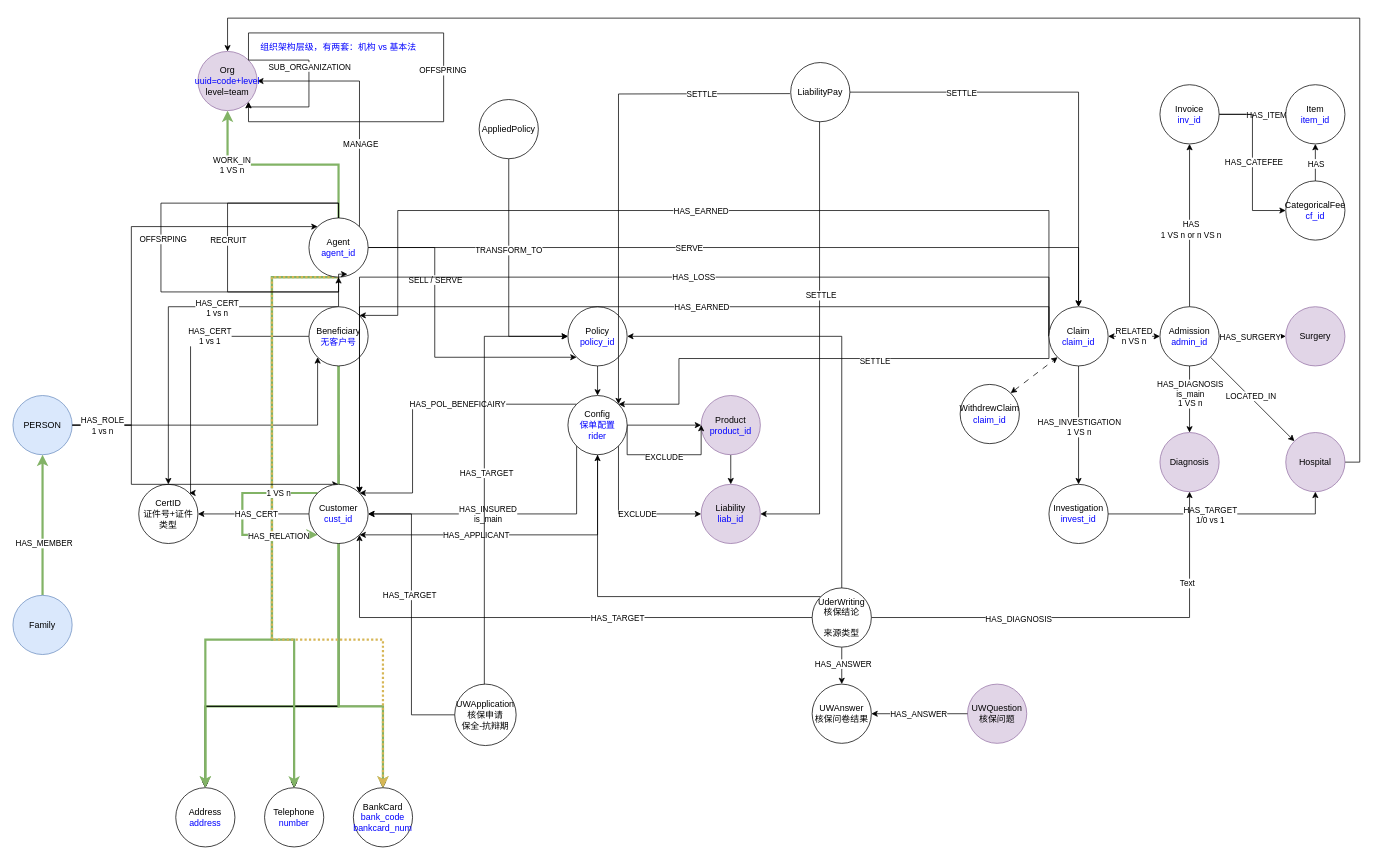
This is page "V1.3" (5 of 5) of 友邦/图拓扑设计.drawio from XiaoLiuAI/diagrams, a draw.io file, before an edit. Source tidied: cells renumbered, new cells numbered last; positions are measured from the earlier drawing's top-left corner, leaving out a move shared by most shapes. Both pictures are drawn from the tidied source at 74%, with x=0, y=0 at pixel (13, 18).
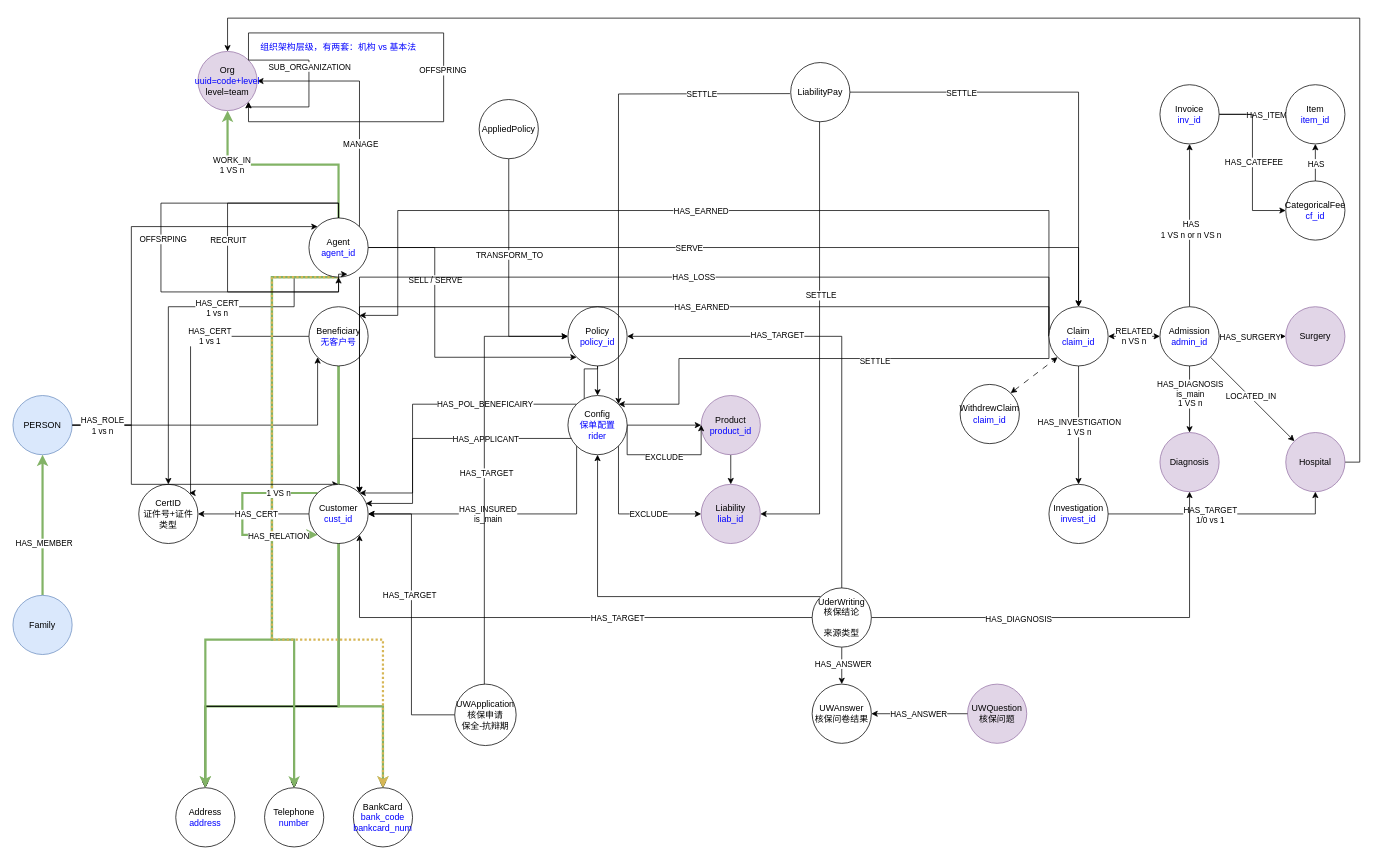
The same page after the edit.

Unchanged cells that the change refers to:
```xml
<mxCell id="9" value="CertID&lt;br&gt;证件号+证件类型" style="ellipse;whiteSpace=wrap;html=1;" parent="1" vertex="1">
  <mxGeometry x="170" y="630" width="80" height="80" as="geometry" />
</mxCell>
<mxCell id="17" style="edgeStyle=orthogonalEdgeStyle;rounded=0;jettySize=auto;html=1;exitX=1;exitY=0;exitDx=0;exitDy=0;entryX=0;entryY=0;entryDx=0;entryDy=0;endArrow=none;endFill=0;startArrow=classic;startFill=1;fillColor=#d5e8d4;strokeColor=#000000;strokeWidth=1;" parent="1" edge="1" source="114" target="46">
  <mxGeometry relative="1" as="geometry">
    <Array as="points">
      <mxPoint x="540" y="642" />
      <mxPoint x="540" y="522" />
    </Array>
  </mxGeometry>
</mxCell>
<mxCell id="33" value="Policy&lt;br&gt;&lt;font color=&quot;#0000ff&quot;&gt;policy_id&lt;/font&gt;" style="ellipse;whiteSpace=wrap;html=1;" parent="1" vertex="1">
  <mxGeometry x="750" y="390" width="80" height="80" as="geometry" />
</mxCell>
<mxCell id="42" style="edgeStyle=orthogonalEdgeStyle;rounded=0;jettySize=auto;html=1;exitX=1;exitY=1;exitDx=0;exitDy=0;entryX=0;entryY=0.5;entryDx=0;entryDy=0;" parent="1" edge="1" source="46" target="36">
  <mxGeometry relative="1" as="geometry">
    <Array as="points">
      <mxPoint x="818" y="670" />
    </Array>
  </mxGeometry>
</mxCell>
<mxCell id="46" value="Config&lt;br&gt;&lt;font color=&quot;#0000ff&quot;&gt;保单配置&lt;br&gt;rider&lt;/font&gt;" style="ellipse;whiteSpace=wrap;html=1;" parent="1" vertex="1">
  <mxGeometry x="750" y="510" width="80" height="80" as="geometry" />
</mxCell>
<mxCell id="101" style="edgeStyle=orthogonalEdgeStyle;rounded=0;jettySize=auto;html=1;exitX=0.5;exitY=1;exitDx=0;exitDy=0;entryX=0;entryY=0.5;entryDx=0;entryDy=0;" parent="1" edge="1" source="103" target="33">
  <mxGeometry relative="1" as="geometry" />
</mxCell>
<mxCell id="114" value="Customer&lt;br&gt;&lt;font color=&quot;#0000ff&quot;&gt;cust_id&lt;/font&gt;" style="ellipse;whiteSpace=wrap;html=1;" parent="1" vertex="1">
  <mxGeometry x="400" y="630" width="80" height="80" as="geometry" />
</mxCell>
<mxCell id="115" style="edgeStyle=orthogonalEdgeStyle;rounded=0;jettySize=auto;html=1;exitX=0.5;exitY=0;exitDx=0;exitDy=0;entryX=1;entryY=0.5;entryDx=0;entryDy=0;" parent="1" edge="1" source="124" target="33">
  <mxGeometry relative="1" as="geometry" />
</mxCell>
<mxCell id="119" style="edgeStyle=orthogonalEdgeStyle;rounded=0;jettySize=auto;html=1;exitX=1;exitY=0.5;exitDx=0;exitDy=0;" parent="1" edge="1" source="124" target="72">
  <mxGeometry relative="1" as="geometry" />
</mxCell>
```

Diff of the diagram source:
```diff
@@
     <mxCell id="7" style="edgeStyle=orthogonalEdgeStyle;rounded=0;jettySize=auto;html=1;exitX=0.5;exitY=0;exitDx=0;exitDy=0;fillColor=#d5e8d4;strokeColor=#000000;strokeWidth=1;endArrow=none;endFill=0;startArrow=classic;startFill=1;" parent="1" edge="1" source="9">
       <mxGeometry relative="1" as="geometry">
         <mxPoint x="440" y="350" as="targetPoint" />
         <Array as="points">
           <mxPoint x="210" y="390" />
-          <mxPoint x="440" y="390" />
+          <mxPoint x="380" y="390" />
+          <mxPoint x="380" y="350" />
         </Array>
       </mxGeometry>
     </mxCell>
@@
     <mxCell id="18" value="HAS_POL_BENEFICAIRY" style="edgeLabel;html=1;align=center;verticalAlign=middle;" parent="17" vertex="1">
-      <mxGeometry x="0.22" relative="1" as="geometry" />
+      <mxGeometry x="0.22" relative="1" as="geometry">
+        <mxPoint x="37" as="offset" />
+      </mxGeometry>
     </mxCell>
@@
-    <mxCell id="40" style="edgeStyle=orthogonalEdgeStyle;rounded=0;jettySize=auto;html=1;exitX=0.5;exitY=1;exitDx=0;exitDy=0;entryX=1;entryY=1;entryDx=0;entryDy=0;fillColor=#d5e8d4;strokeColor=#000000;strokeWidth=1;" parent="1" edge="1" source="46" target="114">
+    <mxCell id="40" style="edgeStyle=orthogonalEdgeStyle;rounded=0;jettySize=auto;html=1;exitX=0.5;exitY=1;exitDx=0;exitDy=0;entryX=0.958;entryY=0.323;entryDx=0;entryDy=0;fillColor=#d5e8d4;strokeColor=#000000;strokeWidth=1;entryPerimeter=0;" parent="1" edge="1" source="33" target="114">
       <mxGeometry relative="1" as="geometry">
         <Array as="points">
-          <mxPoint x="790" y="698" />
+          <mxPoint x="790" y="474" />
+          <mxPoint x="772" y="474" />
+          <mxPoint x="772" y="568" />
+          <mxPoint x="540" y="568" />
+          <mxPoint x="540" y="656" />
         </Array>
       </mxGeometry>
     </mxCell>
     <mxCell id="41" value="HAS_APPLICANT" style="edgeLabel;html=1;align=center;verticalAlign=middle;" parent="40" vertex="1">
-      <mxGeometry x="0.27" relative="1" as="geometry" />
+      <mxGeometry x="0.27" relative="1" as="geometry">
+        <mxPoint x="67" as="offset" />
+      </mxGeometry>
     </mxCell>
@@
     <mxCell id="43" value="EXCLUDE" style="edgeLabel;html=1;align=center;verticalAlign=middle;" parent="42" vertex="1">
-      <mxGeometry x="0.15" relative="1" as="geometry" />
+      <mxGeometry x="0.15" relative="1" as="geometry">
+        <mxPoint x="15" as="offset" />
+      </mxGeometry>
     </mxCell>
@@
     <mxCell id="102" value="TRANSFORM_TO" style="edgeLabel;html=1;align=center;verticalAlign=middle;" parent="101" vertex="1">
-      <mxGeometry x="-0.23" y="-1" relative="1" as="geometry" />
+      <mxGeometry x="-0.23" y="-1" relative="1" as="geometry">
+        <mxPoint x="1" y="6" as="offset" />
+      </mxGeometry>
     </mxCell>
@@
+    <mxCell id="142" value="HAS_TARGET" style="edgeLabel;html=1;align=center;verticalAlign=middle;" parent="115" vertex="1">
+      <mxGeometry x="0.36" y="-2" relative="1" as="geometry" />
+    </mxCell>
@@
-    <mxCell id="121" value="Text" style="edgeLabel;html=1;align=center;verticalAlign=middle;" parent="119" vertex="1">
-      <mxGeometry x="0.59" y="4" relative="1" as="geometry" />
-    </mxCell>
```
